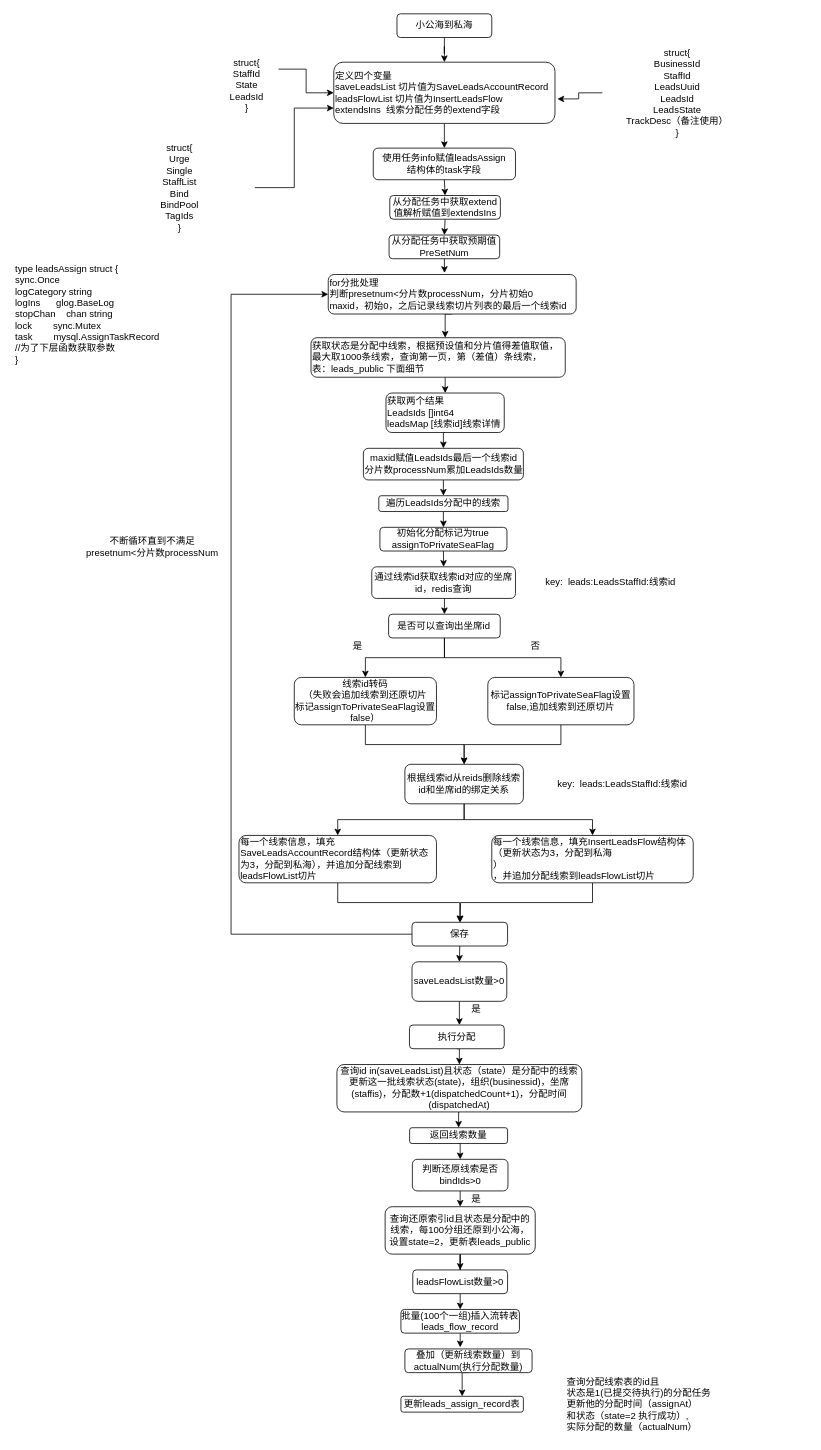
This is 小公海分配到私海.drawio from jilinhao/test, a draw.io file, before an edit. Source tidied: cells renumbered, new cells numbered last; positions are measured from the earlier drawing's top-left corner, leaving out a move shared by most shapes. Both pictures are drawn from the tidied source at 79%, with x=0, y=0 at pixel (13, 13).
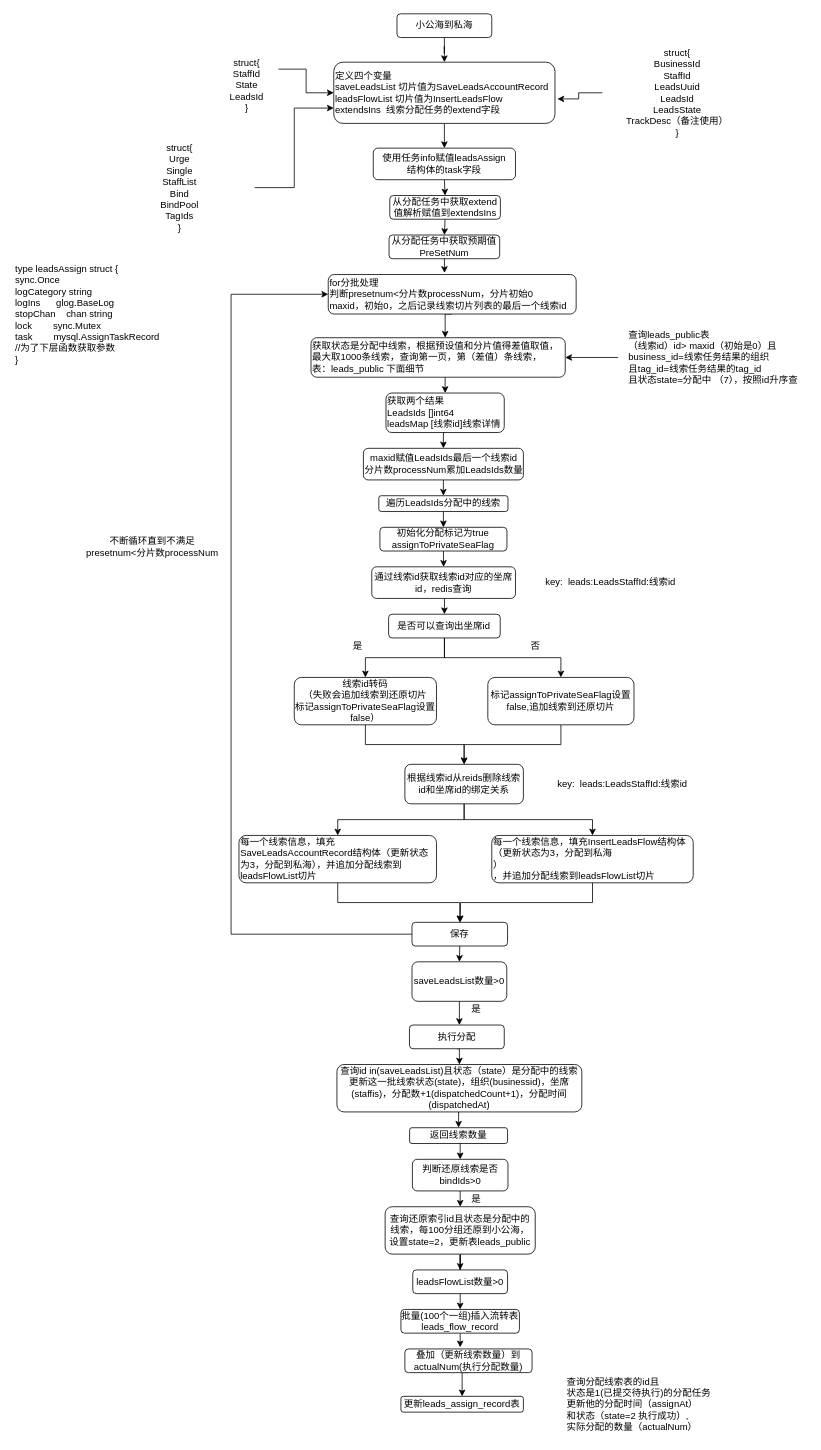
After the change.

Commit message:
Update 小公海分配到私海.drawio

The change refers to these unchanged cells:
```xml
<mxCell id="17" value="获取状态是分配中线索，根据预设值和分片值得差值取值，最大取1000条线索，查询第一页，第（差值）条线索，&lt;br&gt;表：leads_public 下面细节" style="rounded=1;whiteSpace=wrap;html=1;align=left;" parent="1" vertex="1">
  <mxGeometry x="376.2" y="410" width="321.8" height="50" as="geometry" />
</mxCell>
```

Diff of the diagram source:
```diff
@@
+    <mxCell id="78" style="edgeStyle=orthogonalEdgeStyle;rounded=0;jettySize=auto;html=1;entryX=1;entryY=0.5;entryDx=0;entryDy=0;" parent="1" edge="1" source="79" target="17">
+      <mxGeometry relative="1" as="geometry" />
+    </mxCell>
+    <mxCell id="79" value="&lt;div style=&quot;text-align: left&quot;&gt;&lt;span&gt;查询leads_public表&lt;/span&gt;&lt;/div&gt;&lt;div style=&quot;text-align: left&quot;&gt;&lt;span&gt;（线索id）id&amp;gt;&lt;/span&gt;&lt;span&gt;&amp;nbsp;maxid（初始是0）且&lt;/span&gt;&lt;/div&gt;&lt;span&gt;&lt;div style=&quot;text-align: left&quot;&gt;&lt;span&gt;business_id=线索任务结果的组织&lt;/span&gt;&lt;/div&gt;&lt;div style=&quot;text-align: left&quot;&gt;&lt;span&gt;且&lt;/span&gt;&lt;span&gt;tag_id=&lt;/span&gt;&lt;span&gt;线索任务结果的tag_id&lt;/span&gt;&lt;/div&gt;&lt;/span&gt;&lt;span&gt;&lt;div style=&quot;text-align: left&quot;&gt;&lt;span&gt;且状态state=分配中 （7），按照id升序查&lt;/span&gt;&lt;/div&gt;&lt;/span&gt;" style="text;html=1;align=center;verticalAlign=middle;points=[];" parent="1" vertex="1">
+      <mxGeometry x="765" y="395" width="240" height="80" as="geometry" />
+    </mxCell>
```
